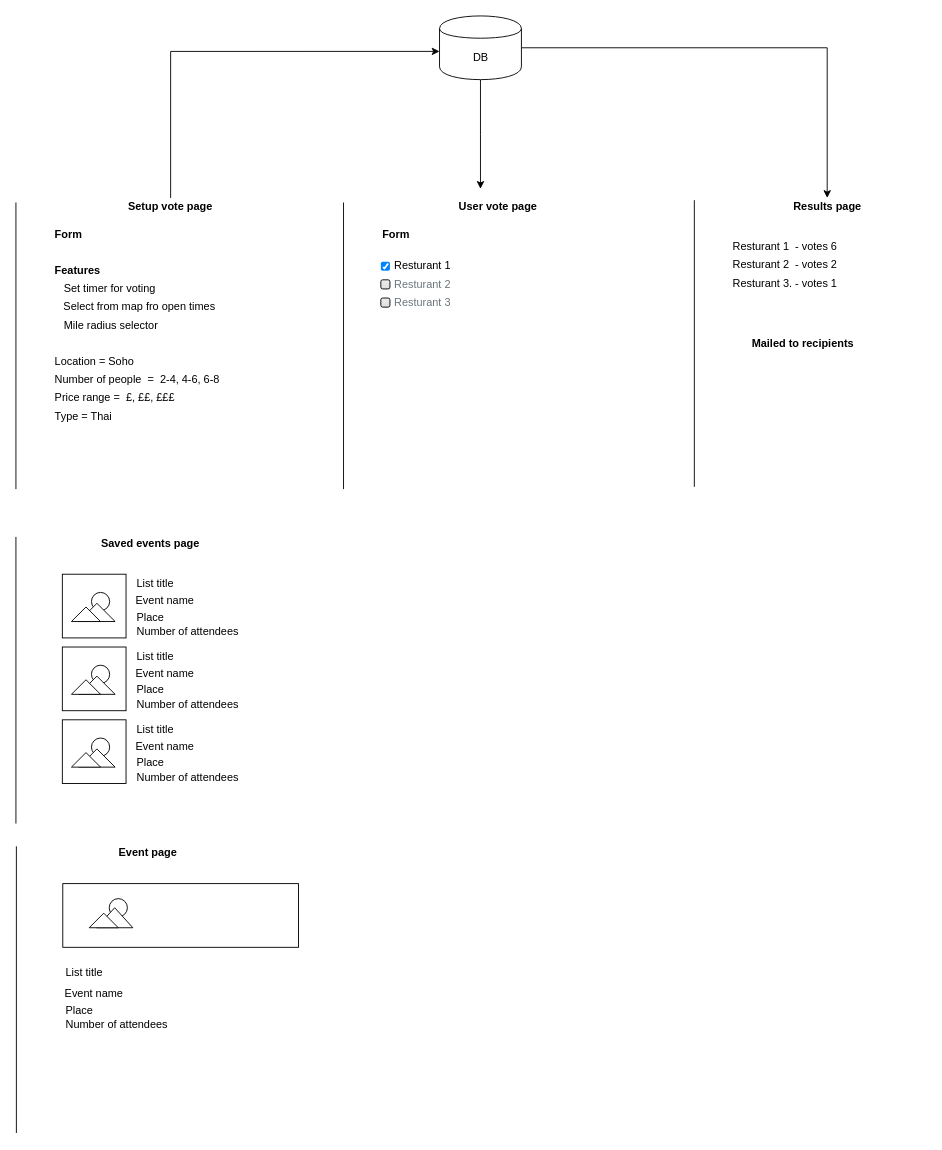
This is lunchSystem.drawio from ameenaziz/lunch, a draw.io file, before an edit. Source tidied: cells renumbered, new cells numbered last; positions are measured from the earlier drawing's top-left corner, leaving out a move shared by most shapes. Both pictures are drawn from the tidied source at 91%, with x=0, y=0 at pixel (15, 15).
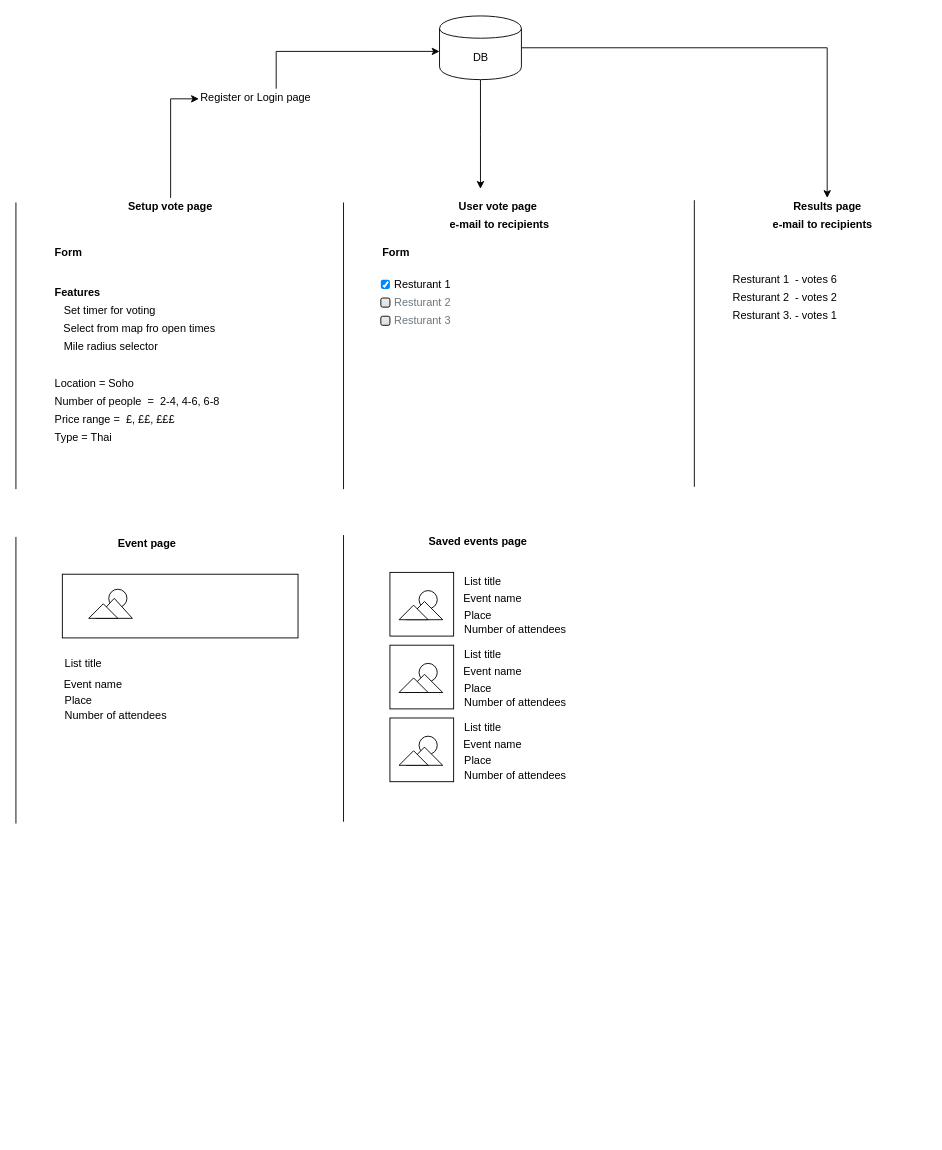
After the change.

The change refers to these unchanged cells:
```xml
<mxCell id="4" value="DB" style="shape=cylinder;whiteSpace=wrap;html=1;boundedLbl=1;backgroundOutline=1;" parent="1" vertex="1">
  <mxGeometry x="465.5" width="90" height="70" as="geometry" />
</mxCell>
<mxCell id="6" value="Setup vote page" style="text;html=1;strokeColor=none;fillColor=none;align=center;verticalAlign=middle;whiteSpace=wrap;rounded=0;fontStyle=1;" parent="1" vertex="1">
  <mxGeometry x="115" y="200" width="110" height="20" as="geometry" />
</mxCell>
```

Change to the diagram source:
```diff
@@
-    <mxCell id="5" style="edgeStyle=orthogonalEdgeStyle;rounded=0;jettySize=auto;html=1;exitX=0.5;exitY=0;exitDx=0;exitDy=0;entryX=0;entryY=0.557;entryDx=0;entryDy=0;entryPerimeter=0;" parent="1" edge="1" source="6" target="4">
+    <mxCell id="5" style="edgeStyle=orthogonalEdgeStyle;rounded=0;jettySize=auto;html=1;exitX=0.5;exitY=0;exitDx=0;exitDy=0;entryX=0;entryY=0.557;entryDx=0;entryDy=0;entryPerimeter=0;" parent="1" edge="1" source="97" target="4">
       <mxGeometry relative="1" as="geometry" />
     </mxCell>
@@
     <mxCell id="7" value="Select from map fro open times" style="text;html=1;strokeColor=none;fillColor=none;align=center;verticalAlign=middle;whiteSpace=wrap;rounded=0;" parent="1" vertex="1">
-      <mxGeometry x="51" y="310" width="170" height="20" as="geometry" />
+      <mxGeometry x="51" y="334" width="170" height="20" as="geometry" />
     </mxCell>
     <mxCell id="8" value="Set timer for voting&amp;nbsp;" style="text;html=1;strokeColor=none;fillColor=none;align=left;verticalAlign=middle;whiteSpace=wrap;rounded=0;" parent="1" vertex="1">
-      <mxGeometry x="51" y="290" width="170" height="20" as="geometry" />
+      <mxGeometry x="51" y="314" width="170" height="20" as="geometry" />
     </mxCell>
     <mxCell id="9" value="Mile radius selector" style="text;html=1;strokeColor=none;fillColor=none;align=left;verticalAlign=middle;whiteSpace=wrap;rounded=0;" parent="1" vertex="1">
-      <mxGeometry x="51" y="330" width="170" height="20" as="geometry" />
+      <mxGeometry x="51" y="354" width="170" height="20" as="geometry" />
     </mxCell>
     <mxCell id="10" value="Features&amp;nbsp;" style="text;html=1;strokeColor=none;fillColor=none;align=left;verticalAlign=middle;whiteSpace=wrap;rounded=0;fontStyle=1;" parent="1" vertex="1">
-      <mxGeometry x="41" y="270" width="170" height="20" as="geometry" />
+      <mxGeometry x="41" y="294" width="170" height="20" as="geometry" />
     </mxCell>
     <mxCell id="11" value="Location = Soho" style="text;html=1;strokeColor=none;fillColor=none;align=left;verticalAlign=middle;whiteSpace=wrap;rounded=0;" parent="1" vertex="1">
-      <mxGeometry x="41" y="370" width="170" height="20" as="geometry" />
+      <mxGeometry x="41" y="394" width="170" height="20" as="geometry" />
     </mxCell>
     <mxCell id="12" value="Number of people&amp;nbsp; =&amp;nbsp; 2-4, 4-6, 6-8" style="text;html=1;strokeColor=none;fillColor=none;align=left;verticalAlign=middle;whiteSpace=wrap;rounded=0;" parent="1" vertex="1">
-      <mxGeometry x="41" y="390" width="190" height="20" as="geometry" />
+      <mxGeometry x="41" y="414" width="190" height="20" as="geometry" />
     </mxCell>
     <mxCell id="13" value="Price range =&amp;nbsp; £, ££, £££" style="text;html=1;strokeColor=none;fillColor=none;align=left;verticalAlign=middle;whiteSpace=wrap;rounded=0;" parent="1" vertex="1">
-      <mxGeometry x="41" y="410" width="190" height="20" as="geometry" />
+      <mxGeometry x="41" y="434" width="190" height="20" as="geometry" />
     </mxCell>
     <mxCell id="14" value="Type = Thai&amp;nbsp;" style="text;html=1;strokeColor=none;fillColor=none;align=left;verticalAlign=middle;whiteSpace=wrap;rounded=0;" parent="1" vertex="1">
-      <mxGeometry x="41" y="430" width="190" height="20" as="geometry" />
+      <mxGeometry x="41" y="454" width="190" height="20" as="geometry" />
     </mxCell>
     <mxCell id="15" style="group;" parent="1" vertex="1">
-      <mxGeometry x="51" y="673.5" width="48" height="70" as="geometry" />
+      <mxGeometry x="411" y="671.5" width="48" height="70" as="geometry" />
     </mxCell>
@@
     <mxCell id="17" style="group;" parent="1" vertex="1">
-      <mxGeometry x="51" y="613.5" width="250" height="73" as="geometry" />
+      <mxGeometry x="411" y="611.5" width="250" height="73" as="geometry" />
     </mxCell>
@@
     <mxCell id="32" style="group;" parent="1" vertex="1">
-      <mxGeometry x="51" y="693.5" width="250" height="73" as="geometry" />
+      <mxGeometry x="411" y="691.5" width="250" height="73" as="geometry" />
     </mxCell>
@@
     <mxCell id="47" style="group;" parent="1" vertex="1">
-      <mxGeometry x="51" y="773.5" width="250" height="73" as="geometry" />
+      <mxGeometry x="411" y="771.5" width="250" height="73" as="geometry" />
     </mxCell>
@@
     <mxCell id="62" style="endArrow=none;html=1;" parent="1" edge="1">
       <mxGeometry relative="1" as="geometry">
-        <mxPoint y="887.5" as="sourcePoint" />
-        <mxPoint y="572.5" as="targetPoint" />
+        <mxPoint x="360" y="885.5" as="sourcePoint" />
+        <mxPoint x="360" y="570.5" as="targetPoint" />
       </mxGeometry>
     </mxCell>
     <mxCell id="63" value="Saved events page" style="text;html=1;strokeColor=none;fillColor=none;align=center;verticalAlign=middle;whiteSpace=wrap;rounded=0;fontStyle=1;" parent="1" vertex="1">
-      <mxGeometry x="91" y="570" width="113.5" height="20" as="geometry" />
+      <mxGeometry x="451" y="568" width="113.5" height="20" as="geometry" />
     </mxCell>
@@
     <mxCell id="65" style="whiteSpace=wrap;html=1;fontStyle=0;" parent="1" vertex="1">
-      <mxGeometry x="51.5" y="953.5" width="259" height="70" as="geometry" />
+      <mxGeometry x="51" y="613.5" width="259" height="70" as="geometry" />
     </mxCell>
     <mxCell id="66" style="group;" parent="1" vertex="1">
-      <mxGeometry x="51.5" y="1013.5" width="48" height="70" as="geometry" />
+      <mxGeometry x="51" y="673.5" width="48" height="70" as="geometry" />
     </mxCell>
@@
     <mxCell id="68" style="endArrow=none;html=1;" parent="1" edge="1">
       <mxGeometry relative="1" as="geometry">
-        <mxPoint x="0.5" y="1227.5" as="sourcePoint" />
-        <mxPoint x="0.5" y="912.5" as="targetPoint" />
+        <mxPoint y="887.5" as="sourcePoint" />
+        <mxPoint y="572.5" as="targetPoint" />
       </mxGeometry>
     </mxCell>
     <mxCell id="69" value="Event page&amp;nbsp;" style="text;html=1;strokeColor=none;fillColor=none;align=center;verticalAlign=middle;whiteSpace=wrap;rounded=0;fontStyle=1;" parent="1" vertex="1">
-      <mxGeometry x="91.5" y="910" width="110" height="20" as="geometry" />
+      <mxGeometry x="91" y="570" width="110" height="20" as="geometry" />
     </mxCell>
     <mxCell id="70" value="List title&amp;nbsp;" style="text;html=1;strokeColor=none;fillColor=none;align=left;verticalAlign=middle;whiteSpace=wrap;rounded=0;" parent="1" vertex="1">
-      <mxGeometry x="52.5" y="1041.5" width="170" height="20" as="geometry" />
+      <mxGeometry x="52" y="701.5" width="170" height="20" as="geometry" />
     </mxCell>
     <mxCell id="71" value="Event name" style="text;html=1;strokeColor=none;fillColor=none;align=left;verticalAlign=middle;whiteSpace=wrap;rounded=0;" parent="1" vertex="1">
-      <mxGeometry x="51.5" y="1064.5" width="170" height="20" as="geometry" />
+      <mxGeometry x="51" y="724.5" width="170" height="20" as="geometry" />
     </mxCell>
     <mxCell id="72" value="Place" style="text;html=1;strokeColor=none;fillColor=none;align=left;verticalAlign=middle;whiteSpace=wrap;rounded=0;" parent="1" vertex="1">
-      <mxGeometry x="52.5" y="1082.5" width="170" height="20" as="geometry" />
+      <mxGeometry x="52" y="742.5" width="170" height="20" as="geometry" />
     </mxCell>
     <mxCell id="73" value="Number of attendees&amp;nbsp;" style="text;html=1;strokeColor=none;fillColor=none;align=left;verticalAlign=middle;whiteSpace=wrap;rounded=0;" parent="1" vertex="1">
-      <mxGeometry x="52.5" y="1098.5" width="170" height="20" as="geometry" />
+      <mxGeometry x="52" y="758.5" width="170" height="20" as="geometry" />
     </mxCell>
     <mxCell id="74" style="group;" parent="1" vertex="1">
-      <mxGeometry x="51.5" y="953.5" width="70" height="70" as="geometry" />
+      <mxGeometry x="51" y="613.5" width="70" height="70" as="geometry" />
     </mxCell>
@@
     <mxCell id="83" value="Resturant 1&amp;nbsp; - votes 6&amp;nbsp;" style="text;html=1;strokeColor=none;fillColor=none;align=left;verticalAlign=middle;whiteSpace=wrap;rounded=0;" parent="1" vertex="1">
-      <mxGeometry x="785.5" y="243.5" width="170" height="20" as="geometry" />
+      <mxGeometry x="785.5" y="280" width="170" height="20" as="geometry" />
     </mxCell>
     <mxCell id="84" value="Resturant 2&amp;nbsp; - votes 2" style="text;html=1;strokeColor=none;fillColor=none;align=left;verticalAlign=middle;whiteSpace=wrap;rounded=0;" parent="1" vertex="1">
-      <mxGeometry x="785.5" y="263.5" width="170" height="20" as="geometry" />
+      <mxGeometry x="785.5" y="300" width="170" height="20" as="geometry" />
     </mxCell>
     <mxCell id="85" value="Resturant 3. - votes 1" style="text;html=1;strokeColor=none;fillColor=none;align=left;verticalAlign=middle;whiteSpace=wrap;rounded=0;" parent="1" vertex="1">
-      <mxGeometry x="785.5" y="283.5" width="170" height="20" as="geometry" />
+      <mxGeometry x="785.5" y="320" width="170" height="20" as="geometry" />
     </mxCell>
-    <mxCell id="86" value="Mailed to recipients" style="text;html=1;strokeColor=none;fillColor=none;align=left;verticalAlign=middle;whiteSpace=wrap;rounded=0;fontStyle=1;" parent="1" vertex="1">
-      <mxGeometry x="806.5" y="350" width="170" height="20" as="geometry" />
+    <mxCell id="86" value="e-mail to recipients" style="text;html=1;strokeColor=none;fillColor=none;align=left;verticalAlign=middle;whiteSpace=wrap;rounded=0;fontStyle=1;" parent="1" vertex="1">
+      <mxGeometry x="830" y="220" width="170" height="20" as="geometry" />
     </mxCell>
     <mxCell id="87" value="Form" style="text;html=1;strokeColor=none;fillColor=none;align=left;verticalAlign=middle;whiteSpace=wrap;rounded=0;fontStyle=1;" parent="1" vertex="1">
-      <mxGeometry x="41" y="230" width="170" height="20" as="geometry" />
+      <mxGeometry x="41" y="250" width="170" height="20" as="geometry" />
     </mxCell>
@@
     <mxCell id="89" value="Form" style="text;html=1;strokeColor=none;fillColor=none;align=left;verticalAlign=middle;whiteSpace=wrap;rounded=0;fontStyle=1;" parent="1" vertex="1">
-      <mxGeometry x="401" y="230" width="170" height="20" as="geometry" />
+      <mxGeometry x="401" y="250" width="170" height="20" as="geometry" />
     </mxCell>
@@
     <mxCell id="93" value="Resturant 1&amp;nbsp;" style="html=1;shadow=0;dashed=0;shape=mxgraph.bootstrap.checkbox2;labelPosition=right;verticalLabelPosition=middle;align=left;verticalAlign=middle;gradientColor=#DEDEDE;fillColor=#EDEDED;checked=1;spacing=5;checkedFill=#0085FC;checkedStroke=#ffffff;" parent="1" vertex="1">
-      <mxGeometry x="401" y="270" width="10" height="10" as="geometry" />
+      <mxGeometry x="401" y="290" width="10" height="10" as="geometry" />
     </mxCell>
     <mxCell id="94" value="Resturant 2&amp;nbsp;" style="html=1;shadow=0;dashed=0;shape=mxgraph.bootstrap.checkbox2;labelPosition=right;verticalLabelPosition=middle;align=left;verticalAlign=middle;gradientColor=#DEDEDE;fillColor=#EDEDED;checked=0;spacing=5;fontColor=#6C767D;checkedFill=#0085FC;checkedStroke=#ffffff;" parent="1" vertex="1">
-      <mxGeometry x="401" y="290" width="10" height="10" as="geometry" />
+      <mxGeometry x="401" y="310" width="10" height="10" as="geometry" />
     </mxCell>
     <mxCell id="95" value="Resturant 3" style="html=1;shadow=0;dashed=0;shape=mxgraph.bootstrap.checkbox2;labelPosition=right;verticalLabelPosition=middle;align=left;verticalAlign=middle;gradientColor=#DEDEDE;fillColor=#EDEDED;checked=0;spacing=5;fontColor=#6C767D;checkedFill=#0085FC;checkedStroke=#ffffff;" parent="1" vertex="1">
-      <mxGeometry x="401" y="310" width="10" height="10" as="geometry" />
+      <mxGeometry x="401" y="330" width="10" height="10" as="geometry" />
     </mxCell>
+    <mxCell id="96" value="e-mail to recipients" style="text;html=1;strokeColor=none;fillColor=none;align=left;verticalAlign=middle;whiteSpace=wrap;rounded=0;fontStyle=1;" parent="1" vertex="1">
+      <mxGeometry x="475" y="220" width="170" height="20" as="geometry" />
+    </mxCell>
+    <mxCell id="97" value="Register or Login page" style="text;html=1;strokeColor=none;fillColor=none;align=left;verticalAlign=middle;whiteSpace=wrap;rounded=0;" parent="1" vertex="1">
+      <mxGeometry x="201" y="80" width="170" height="20" as="geometry" />
+    </mxCell>
+    <mxCell id="98" style="edgeStyle=orthogonalEdgeStyle;rounded=0;jettySize=auto;html=1;exitX=0.5;exitY=0;exitDx=0;exitDy=0;entryX=0;entryY=0.557;entryDx=0;entryDy=0;entryPerimeter=0;" parent="1" edge="1" source="6" target="97">
+      <mxGeometry relative="1" as="geometry" />
+    </mxCell>
```
